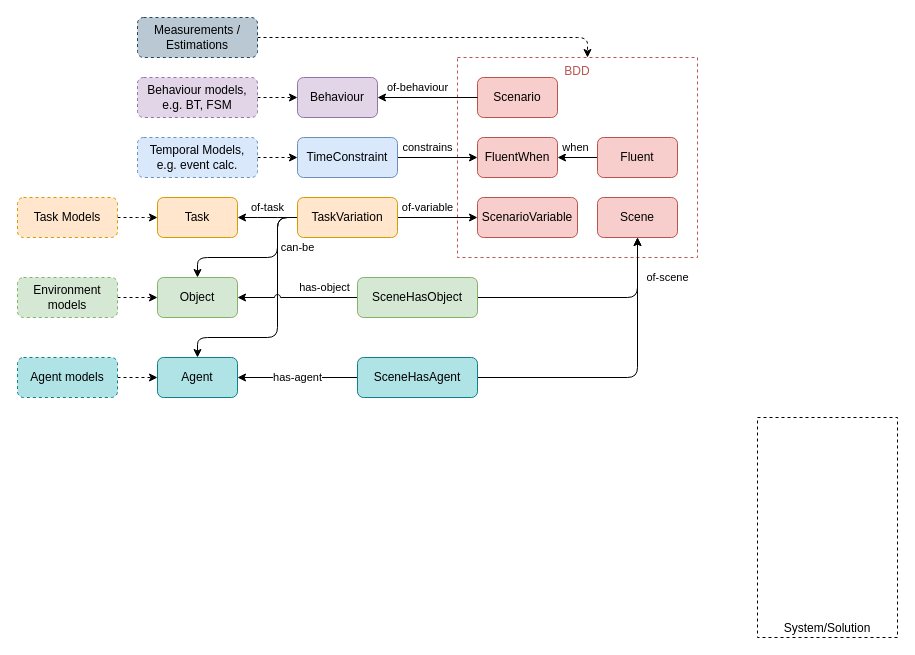
The draw.io diagram page "overall scope" (1 of 2) of bdd-example-highlevel.drawio in minhnh/drawio-diagrams, before the edit. Source tidied: cells renumbered, new cells numbered last; positions are measured from the earlier drawing's top-left corner, leaving out a move shared by most shapes. Both pictures are drawn from the tidied source at 100%, with x=0, y=0 at pixel (17, 17).
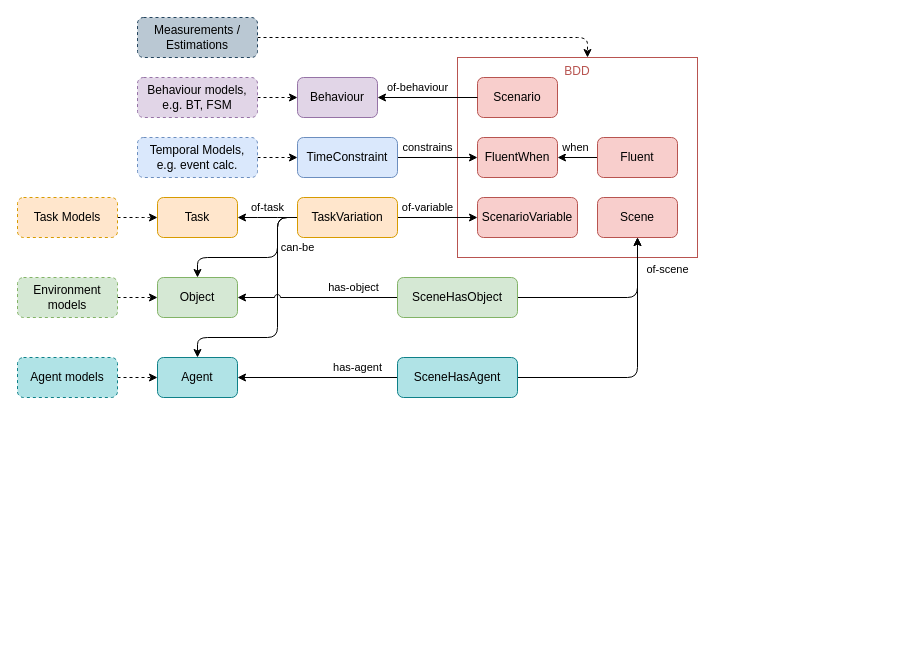
The same page after the edit.

Unchanged cells that the change refers to:
```xml
<mxCell id="34" value="Agent" style="rounded=1;whiteSpace=wrap;html=1;fillColor=#b0e3e6;strokeColor=#0e8088;" parent="1" vertex="1">
  <mxGeometry x="140" y="340" width="80" height="40" as="geometry" />
</mxCell>
```

The edit, as a diff of the source:
```diff
@@
-    <mxCell id="2" value="BDD" style="rounded=0;whiteSpace=wrap;html=1;dashed=1;fillColor=none;verticalAlign=top;strokeColor=#b85450;fontColor=#B85450;horizontal=1;" parent="1" vertex="1">
+    <mxCell id="2" value="BDD" style="rounded=0;whiteSpace=wrap;html=1;fillColor=none;verticalAlign=top;strokeColor=#b85450;fontColor=#B85450;horizontal=1;" parent="1" vertex="1">
       <mxGeometry x="440" y="40" width="240" height="200" as="geometry" />
     </mxCell>
@@
-    <mxCell id="10" value="System/Solution" style="rounded=0;whiteSpace=wrap;html=1;dashed=1;fillColor=none;verticalAlign=bottom;" parent="1" vertex="1">
-      <mxGeometry x="740" y="400" width="140" height="220" as="geometry" />
-    </mxCell>
@@
     <mxCell id="37" value="SceneHasObject" style="rounded=1;whiteSpace=wrap;html=1;fillColor=#d5e8d4;strokeColor=#82b366;" parent="1" vertex="1">
-      <mxGeometry x="340" y="260" width="120" height="40" as="geometry" />
+      <mxGeometry x="380" y="260" width="120" height="40" as="geometry" />
     </mxCell>
@@
     <mxCell id="39" value="has-agent" style="edgeStyle=orthogonalEdgeStyle;shape=connector;rounded=1;jettySize=auto;html=1;labelBackgroundColor=default;strokeColor=default;align=center;verticalAlign=middle;fontFamily=Helvetica;fontSize=11;fontColor=default;endArrow=classic;" parent="1" edge="1" source="40" target="34">
-      <mxGeometry relative="1" as="geometry" />
+      <mxGeometry x="-0.5" y="-10" relative="1" as="geometry" />
     </mxCell>
     <mxCell id="40" value="SceneHasAgent" style="rounded=1;whiteSpace=wrap;html=1;fillColor=#b0e3e6;strokeColor=#0e8088;" parent="1" vertex="1">
-      <mxGeometry x="340" y="340" width="120" height="40" as="geometry" />
+      <mxGeometry x="380" y="340" width="120" height="40" as="geometry" />
     </mxCell>
```
